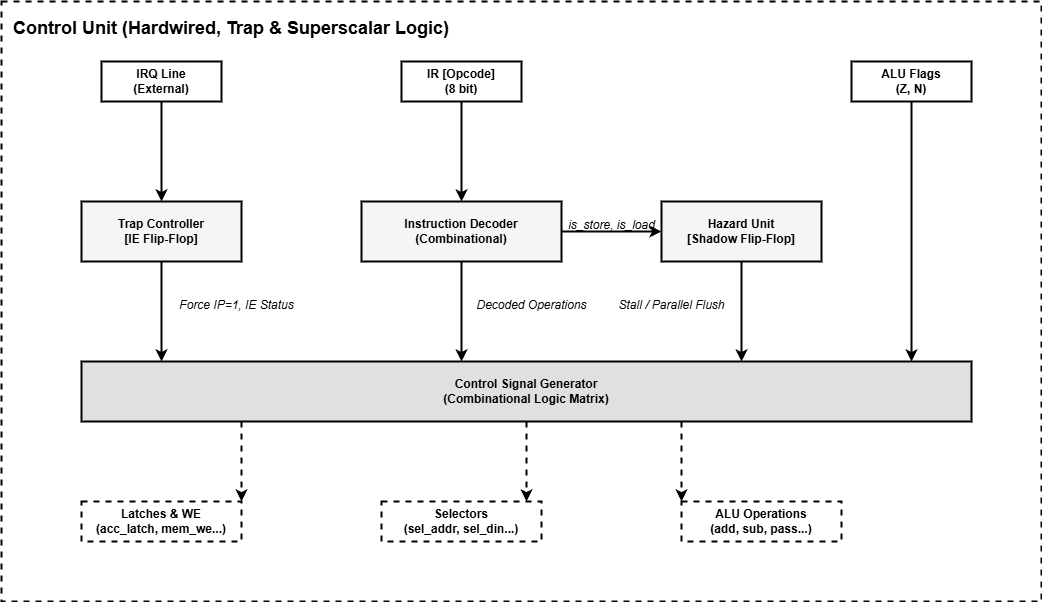
Before: img/cu_scheme_draft.png, a diagram exported from draw.io (danegumya/csa_lab4). Source tidied: cells renumbered, new cells last; positions are measured from the earlier drawing's top-left corner, leaving out a move shared by most shapes. Its diagram source:
```xml
<mxGraphModel>
  <root>
    <mxCell id="0" />
    <mxCell id="1" parent="0" />
    <mxCell id="2" value="Control Unit (Hardwired, Trap &amp; Superscalar Logic)" style="rounded=0;whiteSpace=wrap;html=1;dashed=1;verticalAlign=top;fontSize=18;fontStyle=1;fillColor=none;strokeColor=#000000;strokeWidth=2;align=left;spacingLeft=10;spacingTop=10;" parent="1" vertex="1">
      <mxGeometry width="1040" height="600" as="geometry" />
    </mxCell>
    <mxCell id="3" value="IRQ Line&lt;br&gt;(External)" style="rounded=0;whiteSpace=wrap;html=1;fontStyle=1;strokeWidth=2;fillColor=#ffffff;" parent="1" vertex="1">
      <mxGeometry x="100" y="60" width="120" height="40" as="geometry" />
    </mxCell>
    <mxCell id="4" value="IR [Opcode]&lt;br&gt;(8 bit)" style="rounded=0;whiteSpace=wrap;html=1;fontStyle=1;strokeWidth=2;fillColor=#ffffff;" parent="1" vertex="1">
      <mxGeometry x="400" y="60" width="120" height="40" as="geometry" />
    </mxCell>
    <mxCell id="5" value="ALU Flags&lt;br&gt;(Z, N)" style="rounded=0;whiteSpace=wrap;html=1;fontStyle=1;strokeWidth=2;fillColor=#ffffff;" parent="1" vertex="1">
      <mxGeometry x="850" y="60" width="120" height="40" as="geometry" />
    </mxCell>
    <mxCell id="6" value="Trap Controller&lt;br&gt;[IE Flip-Flop]" style="rounded=0;whiteSpace=wrap;html=1;fontStyle=1;strokeWidth=2;fillColor=#f5f5f5;" parent="1" vertex="1">
      <mxGeometry x="80" y="200" width="160" height="60" as="geometry" />
    </mxCell>
    <mxCell id="7" value="Instruction Decoder&lt;br&gt;(Combinational)" style="rounded=0;whiteSpace=wrap;html=1;fontStyle=1;strokeWidth=2;fillColor=#f5f5f5;" parent="1" vertex="1">
      <mxGeometry x="360" y="200" width="200" height="60" as="geometry" />
    </mxCell>
    <mxCell id="8" value="Hazard Unit&lt;br&gt;[Shadow Flip-Flop]" style="rounded=0;whiteSpace=wrap;html=1;fontStyle=1;strokeWidth=2;fillColor=#f5f5f5;" parent="1" vertex="1">
      <mxGeometry x="660" y="200" width="160" height="60" as="geometry" />
    </mxCell>
    <mxCell id="9" value="Control Signal Generator&lt;br&gt;(Combinational Logic Matrix)" style="rounded=0;whiteSpace=wrap;html=1;fontStyle=1;strokeWidth=2;fillColor=#e0e0e0;" parent="1" vertex="1">
      <mxGeometry x="80" y="360" width="890" height="60" as="geometry" />
    </mxCell>
    <mxCell id="10" value="Latches &amp; WE&lt;br&gt;(acc_latch, mem_we...)" style="rounded=0;whiteSpace=wrap;html=1;fontStyle=1;strokeWidth=2;dashed=1;" parent="1" vertex="1">
      <mxGeometry x="80" y="500" width="160" height="40" as="geometry" />
    </mxCell>
    <mxCell id="11" value="Selectors&lt;br&gt;(sel_addr, sel_din...)" style="rounded=0;whiteSpace=wrap;html=1;fontStyle=1;strokeWidth=2;dashed=1;" parent="1" vertex="1">
      <mxGeometry x="380" y="500" width="160" height="40" as="geometry" />
    </mxCell>
    <mxCell id="12" value="ALU Operations&lt;br&gt;(add, sub, pass...)" style="rounded=0;whiteSpace=wrap;html=1;fontStyle=1;strokeWidth=2;dashed=1;" parent="1" vertex="1">
      <mxGeometry x="680" y="500" width="160" height="40" as="geometry" />
    </mxCell>
    <mxCell id="13" style="edgeStyle=orthogonalEdgeStyle;strokeWidth=2;endArrow=classic;rounded=0;" parent="1" edge="1" source="3" target="6">
      <mxGeometry relative="1" as="geometry" />
    </mxCell>
    <mxCell id="14" style="edgeStyle=orthogonalEdgeStyle;strokeWidth=2;endArrow=classic;rounded=0;" parent="1" edge="1" source="4" target="7">
      <mxGeometry relative="1" as="geometry" />
    </mxCell>
    <mxCell id="15" style="edgeStyle=orthogonalEdgeStyle;strokeWidth=2;endArrow=classic;rounded=0;" parent="1" edge="1" source="5" target="9">
      <mxGeometry relative="1" as="geometry">
        <Array as="points">
          <mxPoint x="910" y="100" />
          <mxPoint x="910" y="360" />
        </Array>
      </mxGeometry>
    </mxCell>
    <mxCell id="16" style="edgeStyle=orthogonalEdgeStyle;strokeWidth=2;endArrow=classic;rounded=0;" parent="1" edge="1" source="7" target="8">
      <mxGeometry relative="1" as="geometry" />
    </mxCell>
    <mxCell id="17" value="is_store, is_load" style="text;html=1;align=center;backgroundColor=#ffffff;fontStyle=2;" parent="1" vertex="1">
      <mxGeometry x="560" y="210" width="100" height="20" as="geometry" />
    </mxCell>
    <mxCell id="18" style="edgeStyle=orthogonalEdgeStyle;strokeWidth=2;endArrow=classic;rounded=0;" parent="1" edge="1" source="6" target="9">
      <mxGeometry relative="1" as="geometry">
        <Array as="points">
          <mxPoint x="160" y="360" />
        </Array>
      </mxGeometry>
    </mxCell>
    <mxCell id="19" value="Force IP=1, IE Status" style="text;html=1;align=center;backgroundColor=#ffffff;fontStyle=2;" parent="1" vertex="1">
      <mxGeometry x="170" y="290" width="130" height="20" as="geometry" />
    </mxCell>
    <mxCell id="20" style="edgeStyle=orthogonalEdgeStyle;strokeWidth=2;endArrow=classic;rounded=0;" parent="1" edge="1" source="7" target="9">
      <mxGeometry relative="1" as="geometry">
        <Array as="points">
          <mxPoint x="460" y="360" />
        </Array>
      </mxGeometry>
    </mxCell>
    <mxCell id="21" value="Decoded Operations" style="text;html=1;align=center;backgroundColor=#ffffff;fontStyle=2;" parent="1" vertex="1">
      <mxGeometry x="470" y="290" width="120" height="20" as="geometry" />
    </mxCell>
    <mxCell id="22" style="edgeStyle=orthogonalEdgeStyle;strokeWidth=2;endArrow=classic;rounded=0;" parent="1" edge="1" source="8" target="9">
      <mxGeometry relative="1" as="geometry">
        <Array as="points">
          <mxPoint x="740" y="360" />
        </Array>
      </mxGeometry>
    </mxCell>
    <mxCell id="23" value="Stall / Parallel Flush" style="text;html=1;align=center;backgroundColor=#ffffff;fontStyle=2;" parent="1" vertex="1">
      <mxGeometry x="610" y="290" width="120" height="20" as="geometry" />
    </mxCell>
    <mxCell id="24" style="edgeStyle=orthogonalEdgeStyle;dashed=1;strokeWidth=2;endArrow=classic;rounded=0;" parent="1" edge="1" source="9" target="10">
      <mxGeometry relative="1" as="geometry">
        <Array as="points">
          <mxPoint x="160" y="420" />
          <mxPoint x="160" y="500" />
        </Array>
      </mxGeometry>
    </mxCell>
    <mxCell id="25" style="edgeStyle=orthogonalEdgeStyle;dashed=1;strokeWidth=2;endArrow=classic;rounded=0;" parent="1" edge="1" source="9" target="11">
      <mxGeometry relative="1" as="geometry">
        <Array as="points">
          <mxPoint x="460" y="420" />
          <mxPoint x="460" y="500" />
        </Array>
      </mxGeometry>
    </mxCell>
    <mxCell id="26" style="edgeStyle=orthogonalEdgeStyle;dashed=1;strokeWidth=2;endArrow=classic;rounded=0;" parent="1" edge="1" source="9" target="12">
      <mxGeometry relative="1" as="geometry">
        <Array as="points">
          <mxPoint x="760" y="420" />
          <mxPoint x="760" y="500" />
        </Array>
      </mxGeometry>
    </mxCell>
  </root>
</mxGraphModel>
```
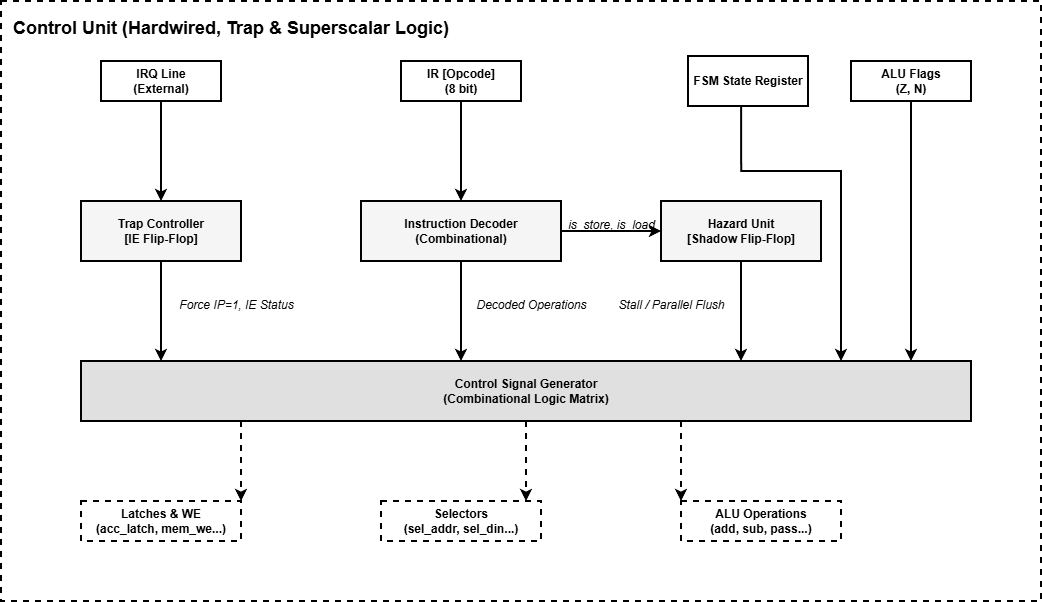
Above is the later version.

Diff of the diagram source:
```diff
@@ -109,5 +109,17 @@
         </Array>
       </mxGeometry>
     </mxCell>
+    <mxCell id="27" value="FSM State Register" style="rounded=0;whiteSpace=wrap;html=1;strokeColor=default;strokeWidth=2;align=center;verticalAlign=middle;fontFamily=Helvetica;fontSize=12;fontColor=default;fontStyle=1;fillColor=#ffffff;" parent="1" vertex="1">
+      <mxGeometry x="687" y="55" width="120" height="50" as="geometry" />
+    </mxCell>
+    <mxCell id="28" style="edgeStyle=orthogonalEdgeStyle;strokeWidth=2;endArrow=classic;rounded=0;exitX=0.443;exitY=0.986;exitDx=0;exitDy=0;exitPerimeter=0;" parent="1" edge="1" source="27">
+      <mxGeometry relative="1" as="geometry">
+        <mxPoint x="840" y="360" as="targetPoint" />
+        <Array as="points">
+          <mxPoint x="740" y="170" />
+          <mxPoint x="840" y="170" />
+        </Array>
+      </mxGeometry>
+    </mxCell>
   </root>
 </mxGraphModel>
```
